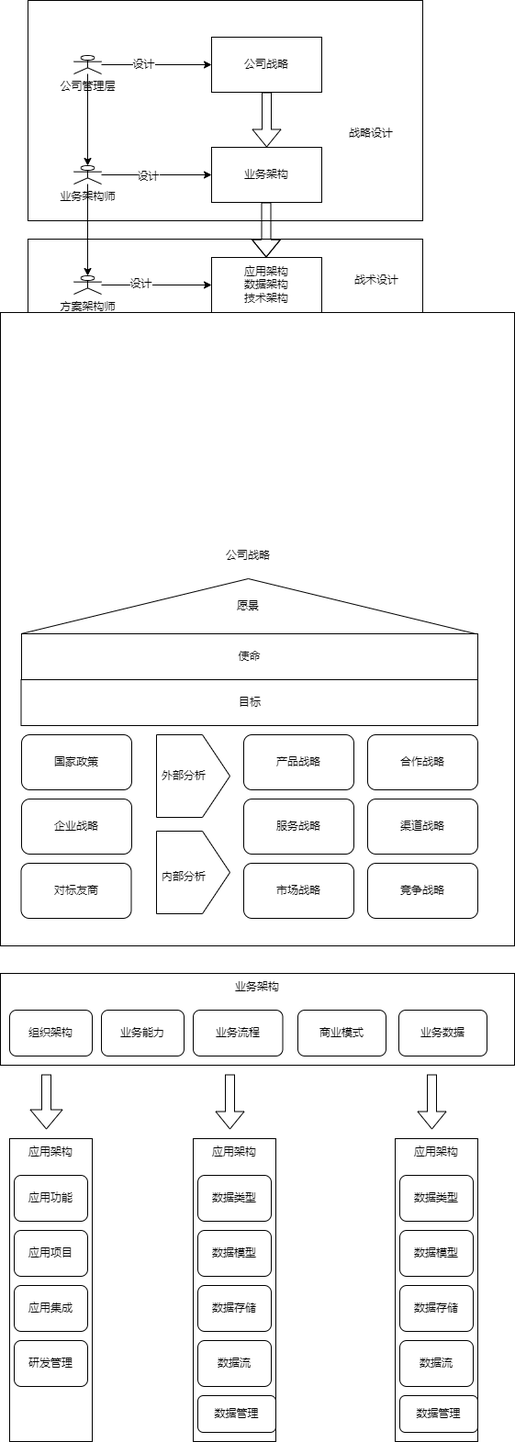
The draw.io diagram doc/business_architect.png in suibianlx/business_architect, before a commit. Source tidied: cells renumbered, new cells last; positions are measured from the earlier drawing's top-left corner, leaving out a move shared by most shapes.
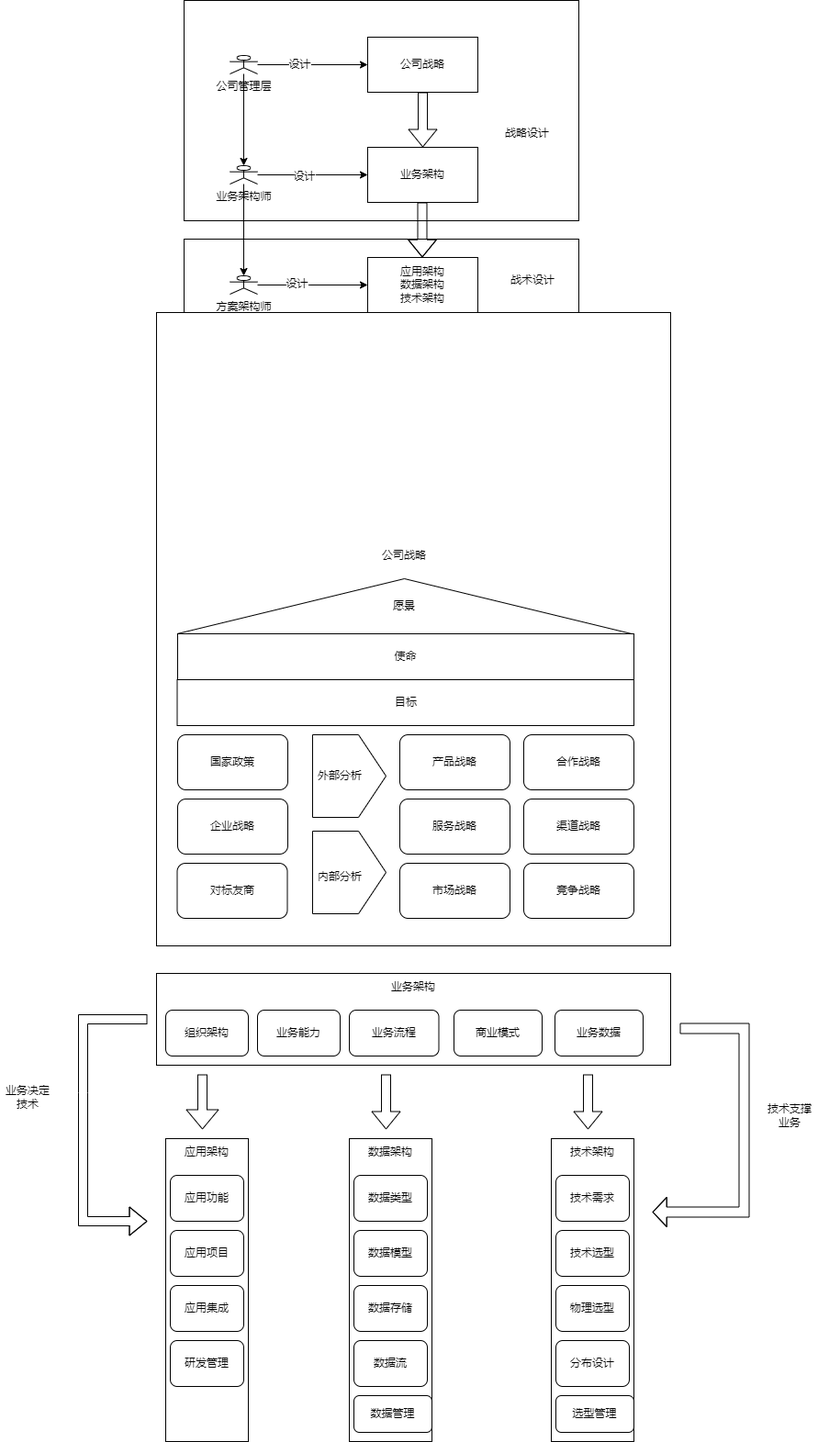
The same diagram one commit later.

What changed in the source:
```diff
@@ -185,7 +185,7 @@
     <mxCell id="60" value="数据流" style="rounded=1;whiteSpace=wrap;html=1;" parent="55" vertex="1">
       <mxGeometry x="5" y="220" width="80" height="50" as="geometry" />
     </mxCell>
-    <mxCell id="61" value="应用架构" style="text;html=1;strokeColor=none;fillColor=none;align=center;verticalAlign=middle;whiteSpace=wrap;rounded=0;" parent="55" vertex="1">
+    <mxCell id="61" value="数据架构" style="text;html=1;strokeColor=none;fillColor=none;align=center;verticalAlign=middle;whiteSpace=wrap;rounded=0;" parent="55" vertex="1">
       <mxGeometry x="15" width="60" height="30" as="geometry" />
     </mxCell>
     <mxCell id="62" value="数据管理" style="rounded=1;whiteSpace=wrap;html=1;" parent="55" vertex="1">
@@ -209,22 +209,22 @@
     <mxCell id="66" style="rounded=0;whiteSpace=wrap;html=1;" parent="65" vertex="1">
       <mxGeometry width="90" height="330" as="geometry" />
     </mxCell>
-    <mxCell id="67" value="数据类型" style="rounded=1;whiteSpace=wrap;html=1;" parent="65" vertex="1">
+    <mxCell id="67" value="技术需求" style="rounded=1;whiteSpace=wrap;html=1;" parent="65" vertex="1">
       <mxGeometry x="5" y="40" width="80" height="50" as="geometry" />
     </mxCell>
-    <mxCell id="68" value="数据模型" style="rounded=1;whiteSpace=wrap;html=1;" parent="65" vertex="1">
+    <mxCell id="68" value="技术选型" style="rounded=1;whiteSpace=wrap;html=1;" parent="65" vertex="1">
       <mxGeometry x="5" y="100" width="80" height="50" as="geometry" />
     </mxCell>
-    <mxCell id="69" value="数据存储" style="rounded=1;whiteSpace=wrap;html=1;" parent="65" vertex="1">
+    <mxCell id="69" value="物理选型" style="rounded=1;whiteSpace=wrap;html=1;" parent="65" vertex="1">
       <mxGeometry x="5" y="160" width="80" height="50" as="geometry" />
     </mxCell>
-    <mxCell id="70" value="数据流" style="rounded=1;whiteSpace=wrap;html=1;" parent="65" vertex="1">
+    <mxCell id="70" value="分布设计" style="rounded=1;whiteSpace=wrap;html=1;" parent="65" vertex="1">
       <mxGeometry x="5" y="220" width="80" height="50" as="geometry" />
     </mxCell>
-    <mxCell id="71" value="应用架构" style="text;html=1;strokeColor=none;fillColor=none;align=center;verticalAlign=middle;whiteSpace=wrap;rounded=0;" parent="65" vertex="1">
+    <mxCell id="71" value="技术架构" style="text;html=1;strokeColor=none;fillColor=none;align=center;verticalAlign=middle;whiteSpace=wrap;rounded=0;" parent="65" vertex="1">
       <mxGeometry x="15" width="60" height="30" as="geometry" />
     </mxCell>
-    <mxCell id="72" value="数据管理" style="rounded=1;whiteSpace=wrap;html=1;" parent="65" vertex="1">
+    <mxCell id="72" value="选型管理" style="rounded=1;whiteSpace=wrap;html=1;" parent="65" vertex="1">
       <mxGeometry x="5" y="280" width="85" height="40" as="geometry" />
     </mxCell>
     <mxCell id="73" style="shape=flexArrow;endArrow=classic;html=1;rounded=0;" parent="1" edge="1">
@@ -233,5 +233,32 @@
         <mxPoint x="470" y="1230" as="targetPoint" />
       </mxGeometry>
     </mxCell>
+    <mxCell id="74" style="shape=flexArrow;endArrow=classic;html=1;rounded=0;" parent="1" edge="1">
+      <mxGeometry relative="1" as="geometry">
+        <mxPoint x="-10" y="1110" as="sourcePoint" />
+        <mxPoint x="-10" y="1330" as="targetPoint" />
+        <Array as="points">
+          <mxPoint x="-80" y="1110" />
+          <mxPoint x="-80" y="1190" />
+          <mxPoint x="-80" y="1330" />
+        </Array>
+      </mxGeometry>
+    </mxCell>
+    <mxCell id="75" value="业务决定技术" style="text;html=1;strokeColor=none;fillColor=none;align=center;verticalAlign=middle;whiteSpace=wrap;rounded=0;" parent="1" vertex="1">
+      <mxGeometry x="-170" y="1180" width="60" height="30" as="geometry" />
+    </mxCell>
+    <mxCell id="76" style="shape=flexArrow;endArrow=classic;html=1;rounded=0;width=11;endSize=4.74;" parent="1" edge="1">
+      <mxGeometry relative="1" as="geometry">
+        <mxPoint x="570" y="1120" as="sourcePoint" />
+        <mxPoint x="540" y="1320" as="targetPoint" />
+        <Array as="points">
+          <mxPoint x="640" y="1120" />
+          <mxPoint x="640" y="1320" />
+        </Array>
+      </mxGeometry>
+    </mxCell>
+    <mxCell id="77" value="技术支撑业务" style="text;html=1;strokeColor=none;fillColor=none;align=center;verticalAlign=middle;whiteSpace=wrap;rounded=0;" parent="1" vertex="1">
+      <mxGeometry x="660" y="1200" width="60" height="30" as="geometry" />
+    </mxCell>
   </root>
 </mxGraphModel>
```
